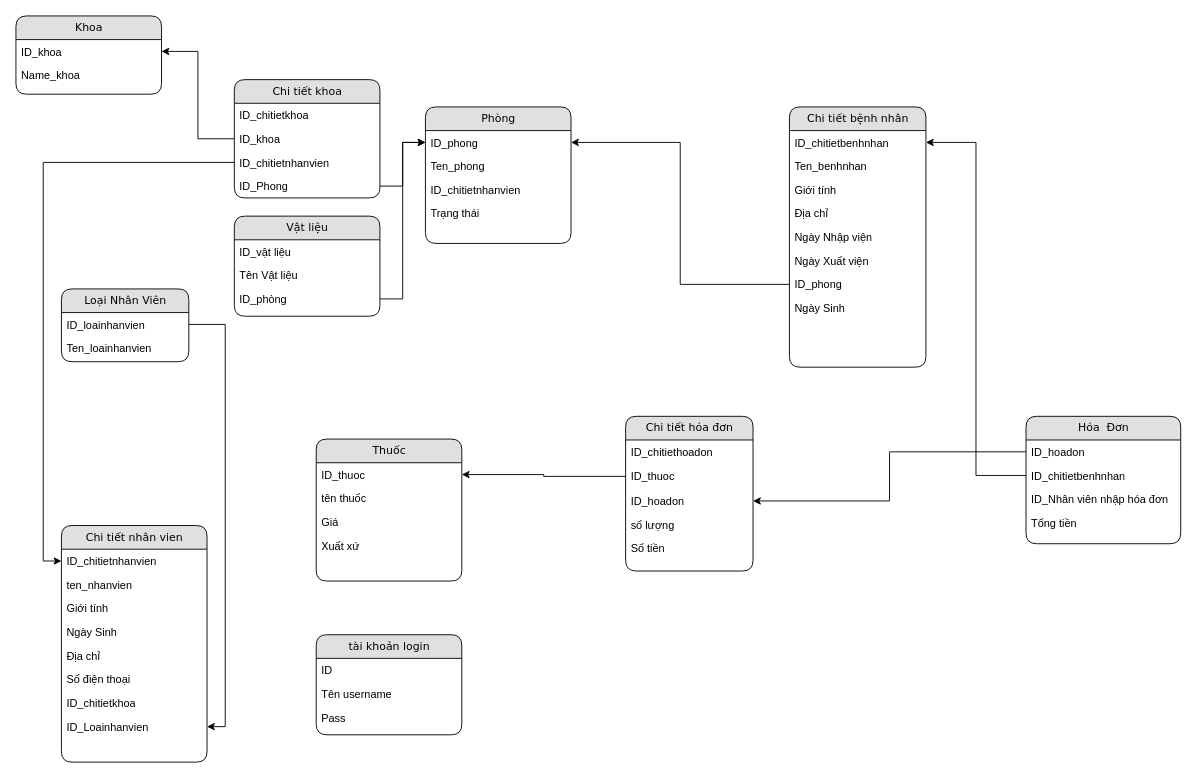
This is Untitled Diagram.drawio from lethanhdat12/hospitalManager, a draw.io file, before an edit. Source tidied: cells renumbered, new cells numbered last; positions are measured from the earlier drawing's top-left corner, leaving out a move shared by most shapes. Both pictures are drawn from the tidied source at 91%, with x=0, y=0 at pixel (15, 15).
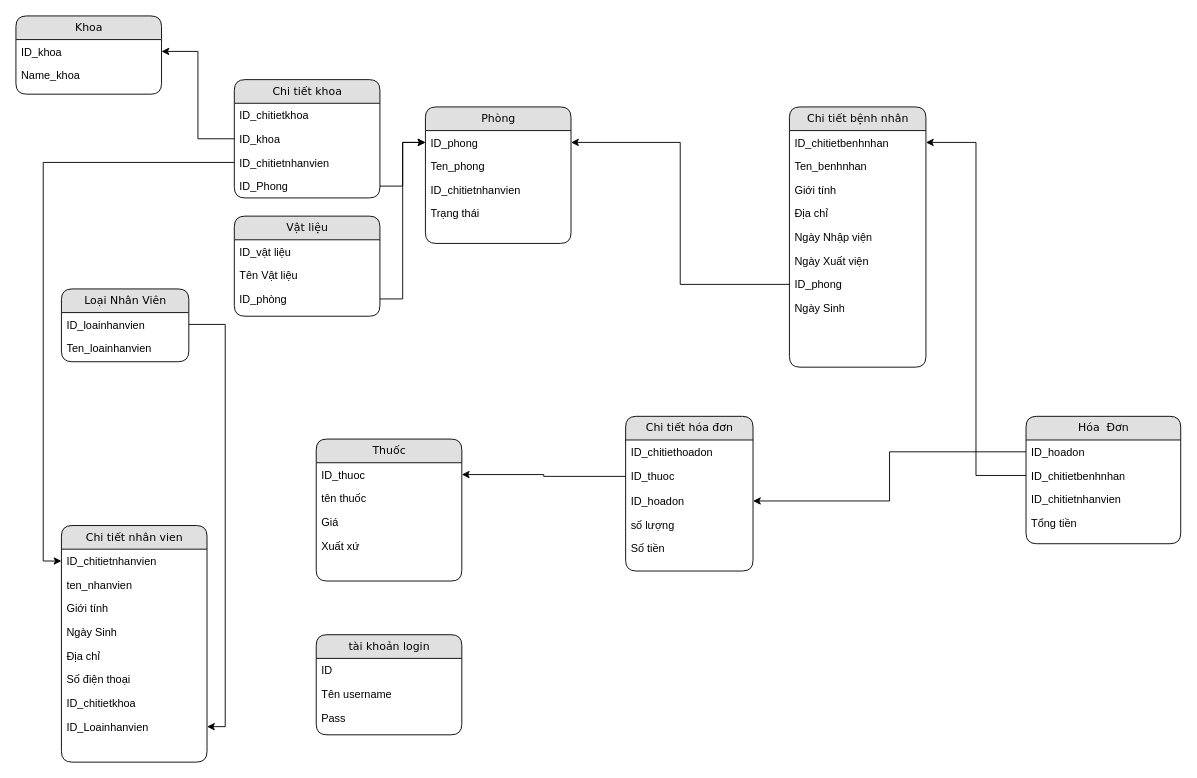
The same page after the edit.

The change refers to these unchanged cells:
```xml
<mxCell id="44" value="Hóa&amp;nbsp; Đơn" style="swimlane;html=1;fontStyle=0;horizontal=1;startSize=26;fillColor=#e0e0e0;swimlaneFillColor=#ffffff;align=center;rounded=1;shadow=0;comic=0;labelBackgroundColor=none;strokeWidth=1;fontFamily=Verdana;fontSize=12;" parent="1" vertex="1">
  <mxGeometry x="1110" y="440" width="170" height="140" as="geometry" />
</mxCell>
```

Change to the diagram source:
```diff
@@
-    <mxCell id="47" value="ID_Nhân viên nhập hóa đơn" style="text;html=1;strokeColor=none;fillColor=none;spacingLeft=4;spacingRight=4;whiteSpace=wrap;overflow=hidden;" parent="44" vertex="1">
+    <mxCell id="47" value="ID_chitietnhanvien" style="text;html=1;strokeColor=none;fillColor=none;spacingLeft=4;spacingRight=4;whiteSpace=wrap;overflow=hidden;" parent="44" vertex="1">
       <mxGeometry y="78" width="170" height="26" as="geometry" />
     </mxCell>
```
